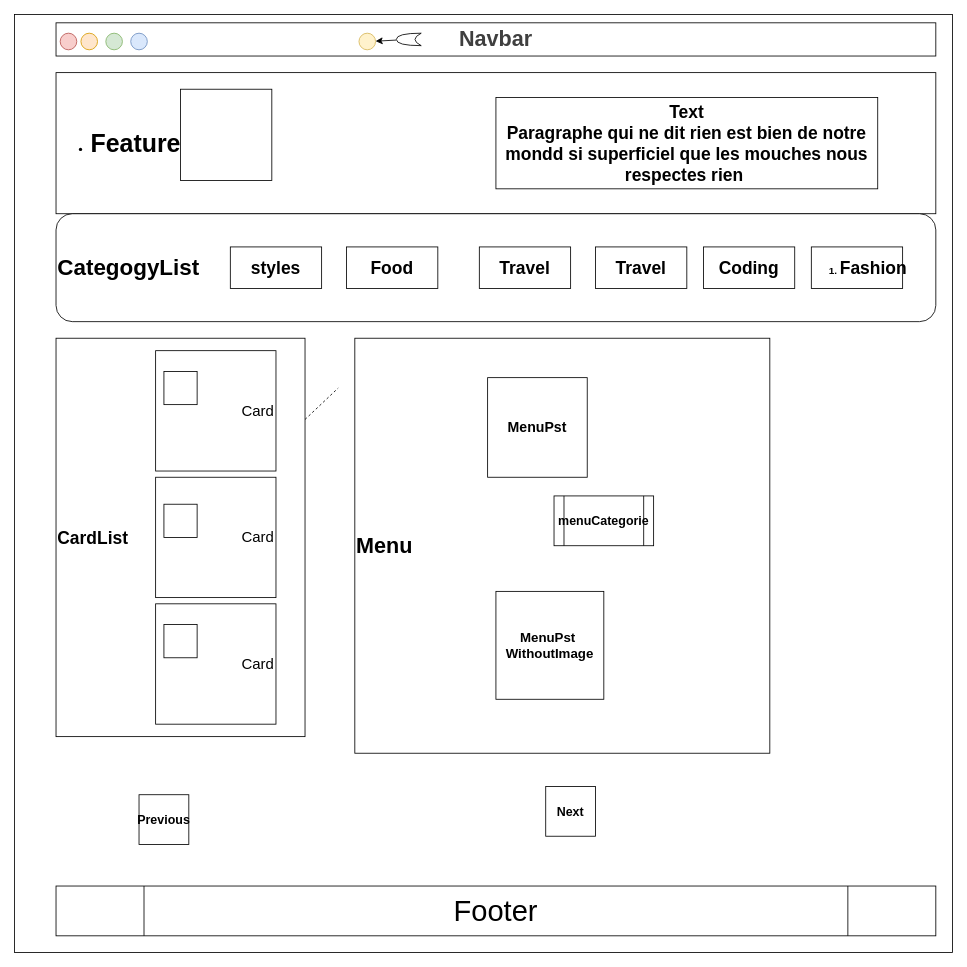
The draw.io diagram page "Home" (1 of 2) of blogSchema.drawio in Hicham1970/blamag, before the edit. Source tidied: cells renumbered, new cells numbered last; positions are measured from the earlier drawing's top-left corner, leaving out a move shared by most shapes. Both pictures are drawn from the tidied source at 83%, with x=0, y=0 at pixel (14, 14).
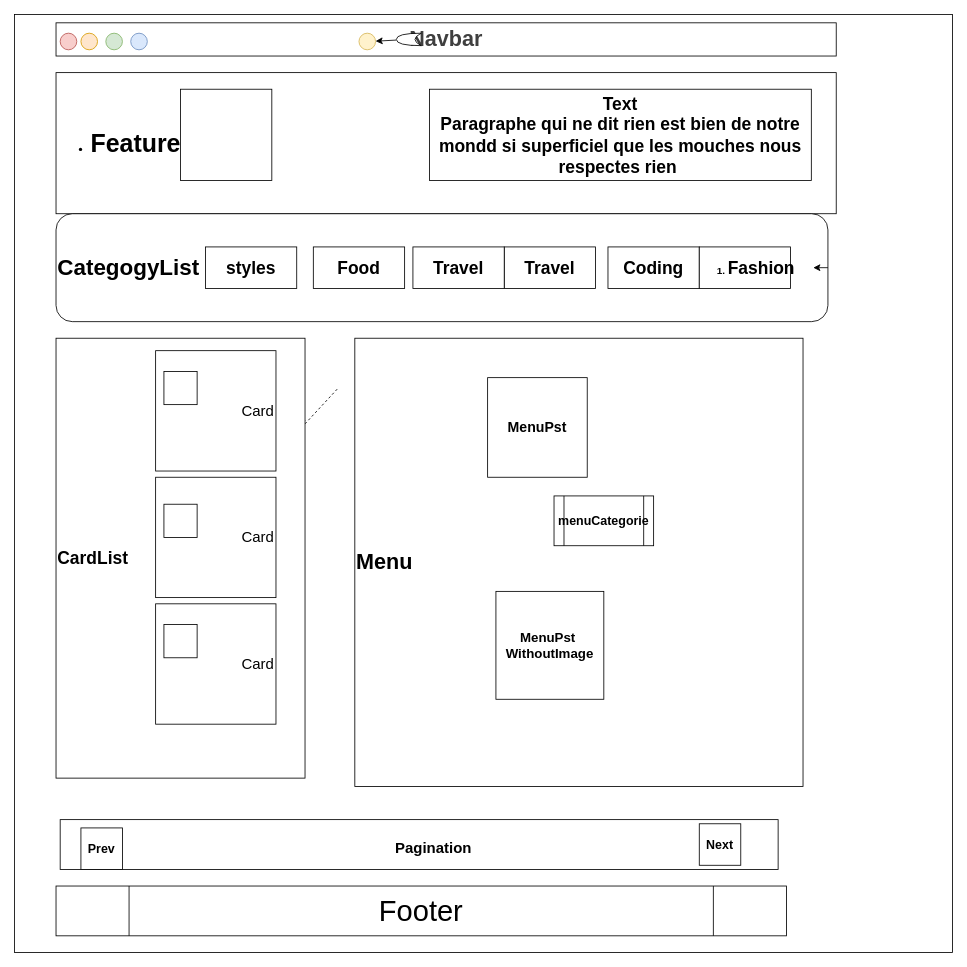
The same diagram, later.

The edit, as a diff of the source:
```diff
@@
     <mxCell id="3" value="&lt;span style=&quot;color: rgb(63, 63, 63);&quot;&gt;&lt;font style=&quot;font-size: 26px;&quot;&gt;Navbar&lt;/font&gt;&lt;/span&gt;" style="rounded=0;whiteSpace=wrap;html=1;fontStyle=1;" parent="1" vertex="1">
-      <mxGeometry x="50" y="10" width="1060" height="40" as="geometry" />
+      <mxGeometry x="50" y="10" width="940" height="40" as="geometry" />
     </mxCell>
     <mxCell id="4" value="&lt;ul&gt;&lt;li&gt;&lt;font style=&quot;font-size: 30px;&quot;&gt;&lt;b&gt;Featured&lt;/b&gt;&lt;/font&gt;&lt;/li&gt;&lt;/ul&gt;" style="rounded=0;whiteSpace=wrap;html=1;align=left;" parent="1" vertex="1">
-      <mxGeometry x="50" y="70" width="1060" height="170" as="geometry" />
+      <mxGeometry x="50" y="70" width="940" height="170" as="geometry" />
     </mxCell>
     <mxCell id="5" value="&lt;font style=&quot;font-size: 27px;&quot;&gt;&lt;b&gt;CategogyList&lt;/b&gt;&lt;/font&gt;" style="rounded=1;whiteSpace=wrap;html=1;align=left;" parent="1" vertex="1">
-      <mxGeometry x="50" y="240" width="1060" height="130" as="geometry" />
+      <mxGeometry x="50" y="240" width="930" height="130" as="geometry" />
     </mxCell>
     <mxCell id="6" value="&lt;font style=&quot;font-size: 21px;&quot;&gt;Coding&lt;/font&gt;" style="rounded=0;whiteSpace=wrap;html=1;fontStyle=1;" parent="1" vertex="1">
-      <mxGeometry x="830" y="280" width="110" height="50" as="geometry" />
+      <mxGeometry x="715" y="280" width="110" height="50" as="geometry" />
     </mxCell>
@@
     <mxCell id="14" value="&lt;font style=&quot;font-size: 21px;&quot;&gt;Travel&lt;/font&gt;" style="rounded=0;whiteSpace=wrap;html=1;fontStyle=1;" parent="1" vertex="1">
-      <mxGeometry x="700" y="280" width="110" height="50" as="geometry" />
+      <mxGeometry x="590" y="280" width="110" height="50" as="geometry" />
     </mxCell>
     <mxCell id="15" value="&lt;font style=&quot;font-size: 21px;&quot;&gt;Food&lt;/font&gt;" style="rounded=0;whiteSpace=wrap;html=1;fontStyle=1;" parent="1" vertex="1">
-      <mxGeometry x="400" y="280" width="110" height="50" as="geometry" />
+      <mxGeometry x="360" y="280" width="110" height="50" as="geometry" />
     </mxCell>
     <mxCell id="16" value="&lt;font style=&quot;font-size: 21px;&quot;&gt;styles&lt;/font&gt;" style="rounded=0;whiteSpace=wrap;html=1;fontStyle=1;" parent="1" vertex="1">
-      <mxGeometry x="260" y="280" width="110" height="50" as="geometry" />
+      <mxGeometry x="230" y="280" width="110" height="50" as="geometry" />
     </mxCell>
@@
     <mxCell id="20" value="&lt;div style=&quot;&quot;&gt;&lt;span style=&quot;background-color: transparent;&quot;&gt;&lt;font style=&quot;font-size: 21px;&quot;&gt;CardList&lt;/font&gt;&lt;/span&gt;&lt;/div&gt;" style="rounded=0;whiteSpace=wrap;html=1;fontStyle=1;align=left;" parent="1" vertex="1">
-      <mxGeometry x="50" y="390" width="300" height="480" as="geometry" />
+      <mxGeometry x="50" y="390" width="300" height="530" as="geometry" />
     </mxCell>
@@
     <mxCell id="27" value="&lt;ol&gt;&lt;li&gt;&lt;font style=&quot;font-size: 21px;&quot;&gt;Fashion&lt;/font&gt;&lt;/li&gt;&lt;/ol&gt;" style="rounded=0;whiteSpace=wrap;html=1;fontStyle=1;" parent="1" vertex="1">
-      <mxGeometry x="960" y="280" width="110" height="50" as="geometry" />
+      <mxGeometry x="825" y="280" width="110" height="50" as="geometry" />
     </mxCell>
     <mxCell id="28" value="&lt;font style=&quot;font-size: 26px;&quot;&gt;&lt;b&gt;Menu&lt;/b&gt;&lt;/font&gt;" style="whiteSpace=wrap;html=1;align=left;" parent="1" vertex="1">
-      <mxGeometry x="410" y="390" width="500" height="500" as="geometry" />
+      <mxGeometry x="410" y="390" width="540" height="540" as="geometry" />
     </mxCell>
-    <mxCell id="29" value="&lt;b&gt;&lt;font style=&quot;font-size: 15px;&quot;&gt;Previous&lt;/font&gt;&lt;/b&gt;" style="whiteSpace=wrap;html=1;" parent="1" vertex="1">
-      <mxGeometry x="150" y="940" width="60" height="60" as="geometry" />
-    </mxCell>
-    <mxCell id="30" value="&lt;b&gt;&lt;font style=&quot;font-size: 15px;&quot;&gt;Next&lt;/font&gt;&lt;/b&gt;" style="whiteSpace=wrap;html=1;" parent="1" vertex="1">
-      <mxGeometry x="640" y="930" width="60" height="60" as="geometry" />
-    </mxCell>
@@
     <mxCell id="34" value="&lt;font style=&quot;font-size: 35px;&quot;&gt;Footer&lt;/font&gt;" style="shape=process;whiteSpace=wrap;html=1;backgroundOutline=1;" parent="1" vertex="1">
-      <mxGeometry x="50" y="1050" width="1060" height="60" as="geometry" />
+      <mxGeometry x="50" y="1050" width="880" height="60" as="geometry" />
     </mxCell>
     <mxCell id="35" value="&lt;font style=&quot;font-size: 21px;&quot;&gt;Travel&lt;/font&gt;" style="rounded=0;whiteSpace=wrap;html=1;fontStyle=1;" parent="1" vertex="1">
-      <mxGeometry x="560" y="280" width="110" height="50" as="geometry" />
+      <mxGeometry x="480" y="280" width="110" height="50" as="geometry" />
     </mxCell>
     <mxCell id="36" value="&lt;font style=&quot;font-size: 21px;&quot;&gt;Text&lt;/font&gt;&lt;div&gt;&lt;font style=&quot;font-size: 21px;&quot;&gt;Paragraphe qui ne dit rien est bien de notre mondd si superficiel que les mouches nous respectes rien&amp;nbsp;&lt;/font&gt;&lt;/div&gt;" style="rounded=0;whiteSpace=wrap;html=1;fontStyle=1;" parent="1" vertex="1">
-      <mxGeometry x="580" y="100" width="460" height="110" as="geometry" />
+      <mxGeometry x="500" y="90" width="460" height="110" as="geometry" />
     </mxCell>
+    <mxCell id="37" style="whiteSpace=wrap;html=1;" parent="1" vertex="1">
+      <mxGeometry x="55" y="970" width="865" height="60" as="geometry" />
+    </mxCell>
+    <mxCell id="30" value="&lt;b&gt;&lt;font style=&quot;font-size: 15px;&quot;&gt;Next&lt;/font&gt;&lt;/b&gt;" style="whiteSpace=wrap;html=1;" parent="1" vertex="1">
+      <mxGeometry x="825" y="975" width="50" height="50" as="geometry" />
+    </mxCell>
+    <mxCell id="38" value="&lt;span style=&quot;font-size: 15px;&quot;&gt;&lt;b&gt;Prev&lt;/b&gt;&lt;/span&gt;" style="whiteSpace=wrap;html=1;" parent="1" vertex="1">
+      <mxGeometry x="80" y="980" width="50" height="50" as="geometry" />
+    </mxCell>
+    <mxCell id="39" value="&lt;font style=&quot;font-size: 18px;&quot;&gt;&lt;b&gt;Pagination&lt;/b&gt;&lt;/font&gt;" style="text;strokeColor=none;align=center;fillColor=none;html=1;verticalAlign=middle;whiteSpace=wrap;rounded=0;" parent="1" vertex="1">
+      <mxGeometry x="400" y="980" width="210" height="50" as="geometry" />
+    </mxCell>
+    <mxCell id="40" style="edgeStyle=none;html=1;exitX=1;exitY=0.5;exitDx=0;exitDy=0;entryX=0.981;entryY=0.5;entryDx=0;entryDy=0;entryPerimeter=0;" parent="1" edge="1" source="5" target="5">
+      <mxGeometry relative="1" as="geometry" />
+    </mxCell>
```
